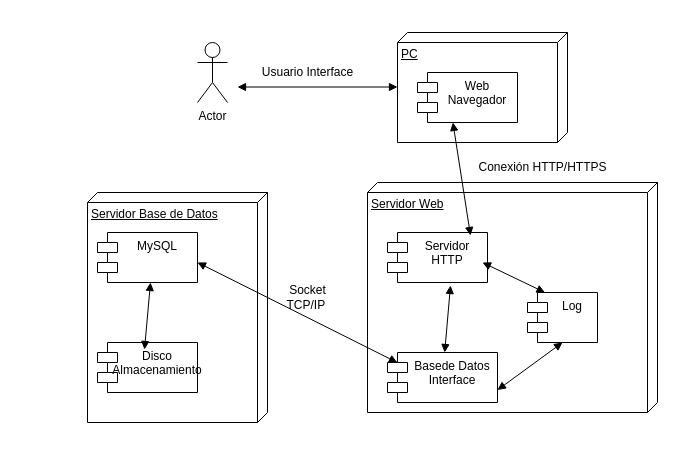
The draw.io diagram Diagrama sin título.drawio in richbello/Python-Prep, before the edit. Source tidied: cells renumbered, new cells numbered last; positions are measured from the earlier drawing's top-left corner, leaving out a move shared by most shapes. Both pictures are drawn from the tidied source at 100%, with x=0, y=0 at pixel (87, 32).
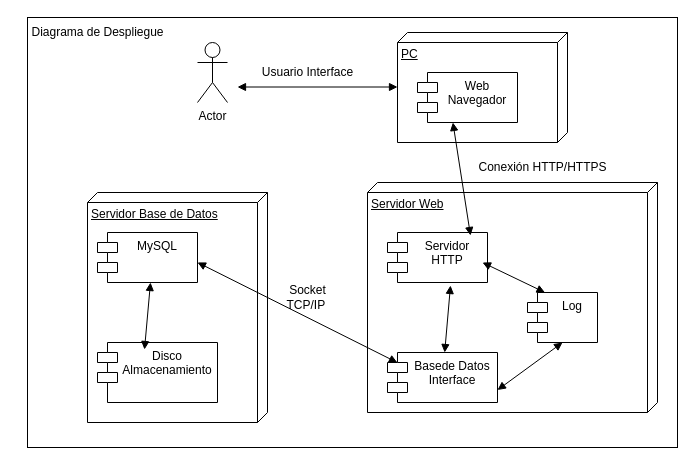
After the change.

Commit message:
Diagrama de Despliegue Tienda Virtual

The edit, as a diff of the source:
```diff
@@
+    <mxCell id="22" style="html=1;whiteSpace=wrap;" parent="1" vertex="1">
+      <mxGeometry x="-60" y="-15" width="650" height="430" as="geometry" />
+    </mxCell>
@@
     <mxCell id="11" value="Disco&lt;div&gt;Almacenamiento&lt;/div&gt;" style="shape=module;align=left;spacingLeft=20;align=center;verticalAlign=top;whiteSpace=wrap;html=1;" parent="1" vertex="1">
-      <mxGeometry x="10" y="310" width="100" height="50" as="geometry" />
+      <mxGeometry x="10" y="310" width="120" height="60" as="geometry" />
     </mxCell>
@@
+    <mxCell id="23" value="Diagrama de Despliegue" style="text;html=1;align=center;verticalAlign=middle;strokeColor=none;fillColor=none;" parent="1" vertex="1">
+      <mxGeometry x="-70" y="-15" width="160" height="30" as="geometry" />
+    </mxCell>
```
